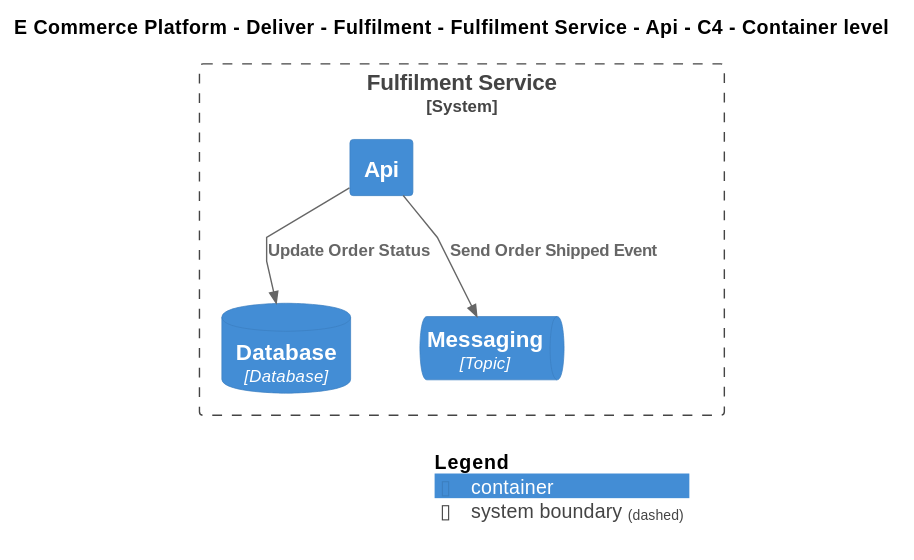
Earlier version of the PlantUML export Samples/E-Commerce Platform/Yaml/Diagrams/E Commerce Platform/Deliver/Fulfilment/Software Systems/Fulfilment Service/Containers/Api/Container - C4.svg (mnadenysenko/C4InterFlow). The source it was exported from:
```plantuml
@startuml
!include ..\..\..\..\..\..\..\.c4s\C4_Container.puml

AddElementTag("c4interflow:lifecycle:new", $bgColor=green, $fontColor=#ffffff, $borderColor=green, $shadowing="False")
AddElementTag("c4interflow:lifecycle:changed", $bgColor=orange, $fontColor=#ffffff, $borderColor=orange, $shadowing="False")
AddElementTag("c4interflow:lifecycle:removed", $bgColor=red, $fontColor=#ffffff, $borderColor=red, $shadowing="False")

AddRelTag("c4interflow:lifecycle:new", $textColor=green, $lineColor=green)
AddRelTag("c4interflow:lifecycle:changed", $textColor=orange, $lineColor=orange)
AddRelTag("c4interflow:lifecycle:removed", $textColor=red, $lineColor=red)

SHOW_PERSON_PORTRAIT()
LAYOUT_TOP_DOWN()

skinparam linetype polyline

title E Commerce Platform - Deliver - Fulfilment - Fulfilment Service - Api - C4 - Container level


System_Boundary(ECommercePlatform.Deliver.Fulfilment.SoftwareSystems.FulfilmentService, "Fulfilment Service") {
    Container(ECommercePlatform.Deliver.Fulfilment.SoftwareSystems.FulfilmentService.Containers.Api, "Api", "", "")
    ContainerDb(ECommercePlatform.Deliver.Fulfilment.SoftwareSystems.FulfilmentService.Containers.Database, "Database", "Database", "")
    ContainerQueue(ECommercePlatform.Deliver.Fulfilment.SoftwareSystems.FulfilmentService.Containers.Messaging, "Messaging", "Topic", "")
}

Rel(ECommercePlatform.Deliver.Fulfilment.SoftwareSystems.FulfilmentService.Containers.Api, ECommercePlatform.Deliver.Fulfilment.SoftwareSystems.FulfilmentService.Containers.Database, "Update Order Status")
Rel(ECommercePlatform.Deliver.Fulfilment.SoftwareSystems.FulfilmentService.Containers.Api, ECommercePlatform.Deliver.Fulfilment.SoftwareSystems.FulfilmentService.Containers.Messaging, "Send Order Shipped Event")


SHOW_LEGEND()
@enduml
```
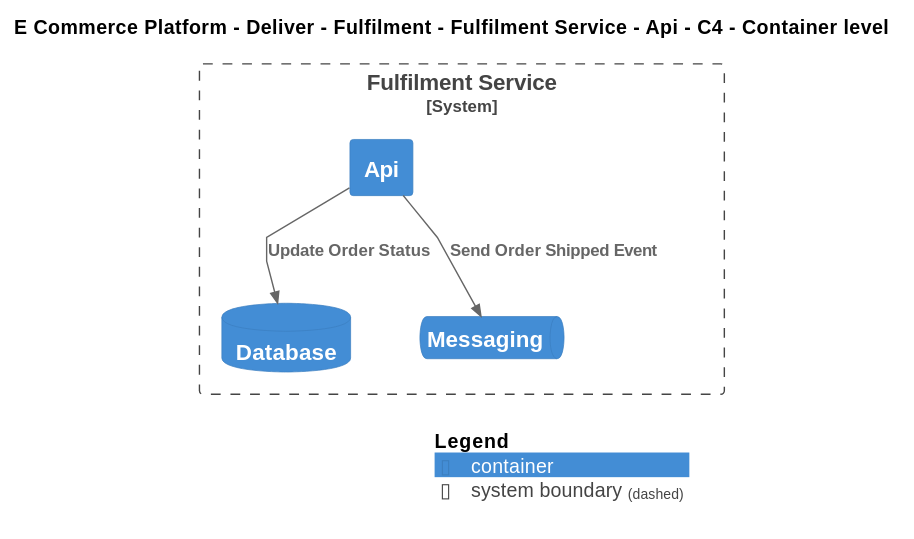
Above is the later version.

Change to the diagram source:
```diff
@@ -19,8 +19,8 @@
 
 System_Boundary(ECommercePlatform.Deliver.Fulfilment.SoftwareSystems.FulfilmentService, "Fulfilment Service") {
     Container(ECommercePlatform.Deliver.Fulfilment.SoftwareSystems.FulfilmentService.Containers.Api, "Api", "", "")
-    ContainerDb(ECommercePlatform.Deliver.Fulfilment.SoftwareSystems.FulfilmentService.Containers.Database, "Database", "Database", "")
-    ContainerQueue(ECommercePlatform.Deliver.Fulfilment.SoftwareSystems.FulfilmentService.Containers.Messaging, "Messaging", "Topic", "")
+    ContainerDb(ECommercePlatform.Deliver.Fulfilment.SoftwareSystems.FulfilmentService.Containers.Database, "Database", "", "")
+    ContainerQueue(ECommercePlatform.Deliver.Fulfilment.SoftwareSystems.FulfilmentService.Containers.Messaging, "Messaging", "", "")
 }
 
 Rel(ECommercePlatform.Deliver.Fulfilment.SoftwareSystems.FulfilmentService.Containers.Api, ECommercePlatform.Deliver.Fulfilment.SoftwareSystems.FulfilmentService.Containers.Database, "Update Order Status")
```
